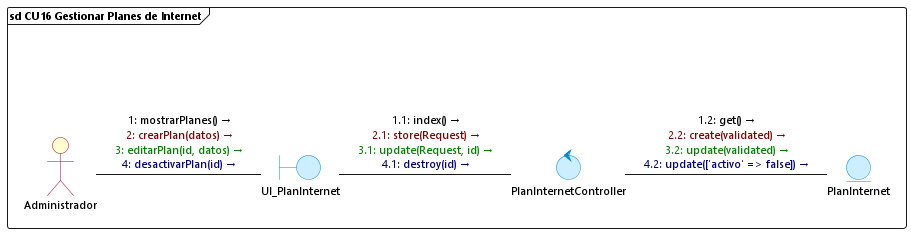
Above: diagramas/comunicacion/cu16_gestionar_catalogo_planes.png in DiogoMars777/TELCOM-2.0 (PlantUML), before the change. Its diagram source:
```plantuml
@startuml cu16_gestionar_catalogo_planes
skinparam backgroundColor white
skinparam defaultFontName "Segoe UI"
skinparam defaultFontSize 11
skinparam interfaceBackgroundColor transparent
skinparam interfaceBorderColor transparent
skinparam actorBackgroundColor #FEFECE
skinparam actorBorderColor #A80036
skinparam boundaryBackgroundColor #CCEEFF
skinparam boundaryBorderColor #0088CC
skinparam controlBackgroundColor #CCEEFF
skinparam controlBorderColor #0088CC
skinparam entityBackgroundColor #CCEEFF
skinparam entityBorderColor #0088CC

frame "sd CU16 Gestionar Planes de Internet" {
    () " " as spacer
    actor Administrador
    boundary UI_PlanInternet
    control PlanInternetController
    entity PlanInternet

    spacer -[hidden]down- Administrador

    Administrador -right- UI_PlanInternet : <font color=#000000>1: mostrarPlanes() →</font>\n<font color=#800000>2: crearPlan(datos) →</font>\n<font color=#008000>3: editarPlan(id, datos) →</font>\n<font color=#000080>4: desactivarPlan(id) →</font>

    UI_PlanInternet -right- PlanInternetController : <font color=#000000>1.1: index() →</font>\n<font color=#800000>2.1: store(Request) →</font>\n<font color=#008000>3.1: update(Request, id) →</font>\n<font color=#000080>4.1: destroy(id) →</font>

    PlanInternetController -right- PlanInternet : <font color=#000000>1.2: get() →</font>\n<font color=#800000>2.2: create(validated) →</font>\n<font color=#008000>3.2: update(validated) →</font>\n<font color=#000080>4.2: update(['activo' => false]) →</font>
}
@enduml
```
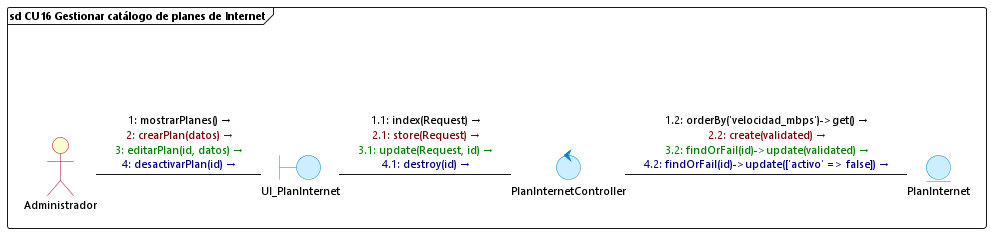
Later version of the same file.

What changed in the source:
```diff
@@ -13,9 +13,9 @@
 skinparam entityBackgroundColor #CCEEFF
 skinparam entityBorderColor #0088CC
 
-frame "sd CU16 Gestionar Planes de Internet" {
+frame "sd CU16 Gestionar catálogo de planes de Internet" {
     () " " as spacer
-    actor Administrador
+    actor "Administrador" as Administrador
     boundary UI_PlanInternet
     control PlanInternetController
     entity PlanInternet
@@ -24,8 +24,8 @@
 
     Administrador -right- UI_PlanInternet : <font color=#000000>1: mostrarPlanes() →</font>\n<font color=#800000>2: crearPlan(datos) →</font>\n<font color=#008000>3: editarPlan(id, datos) →</font>\n<font color=#000080>4: desactivarPlan(id) →</font>
 
-    UI_PlanInternet -right- PlanInternetController : <font color=#000000>1.1: index() →</font>\n<font color=#800000>2.1: store(Request) →</font>\n<font color=#008000>3.1: update(Request, id) →</font>\n<font color=#000080>4.1: destroy(id) →</font>
+    UI_PlanInternet -right- PlanInternetController : <font color=#000000>1.1: index(Request) →</font>\n<font color=#800000>2.1: store(Request) →</font>\n<font color=#008000>3.1: update(Request, id) →</font>\n<font color=#000080>4.1: destroy(id) →</font>
 
-    PlanInternetController -right- PlanInternet : <font color=#000000>1.2: get() →</font>\n<font color=#800000>2.2: create(validated) →</font>\n<font color=#008000>3.2: update(validated) →</font>\n<font color=#000080>4.2: update(['activo' => false]) →</font>
+    PlanInternetController -right- PlanInternet : <font color=#000000>1.2: orderBy('velocidad_mbps')->get() →</font>\n<font color=#800000>2.2: create(validated) →</font>\n<font color=#008000>3.2: findOrFail(id)->update(validated) →</font>\n<font color=#000080>4.2: findOrFail(id)->update(['activo' => false]) →</font>
 }
 @enduml
```
